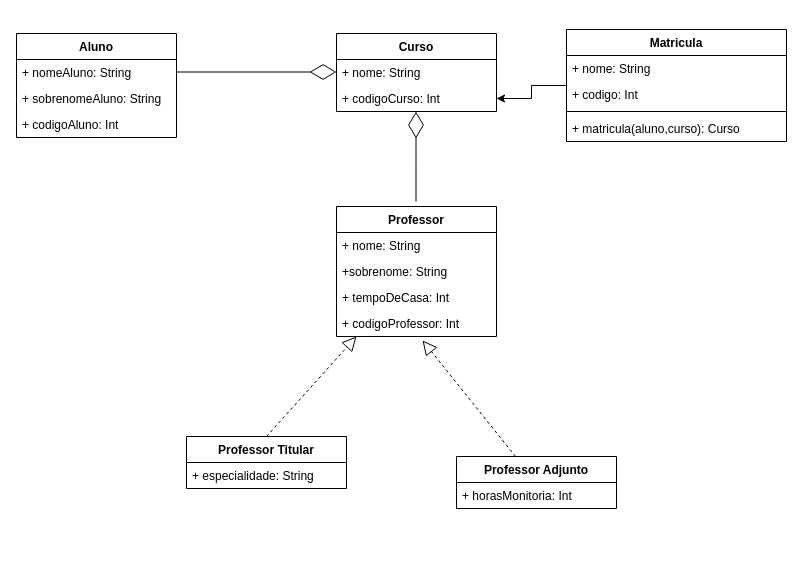
Before: DesafioKotlin.drawio in Chrisvaleriano/desafioDH, a draw.io diagram. Source tidied: cells renumbered, new cells numbered last; positions are measured from the earlier drawing's top-left corner, leaving out a move shared by most shapes. Both pictures are drawn from the tidied source at 100%, with x=0, y=0 at pixel (16, 29).
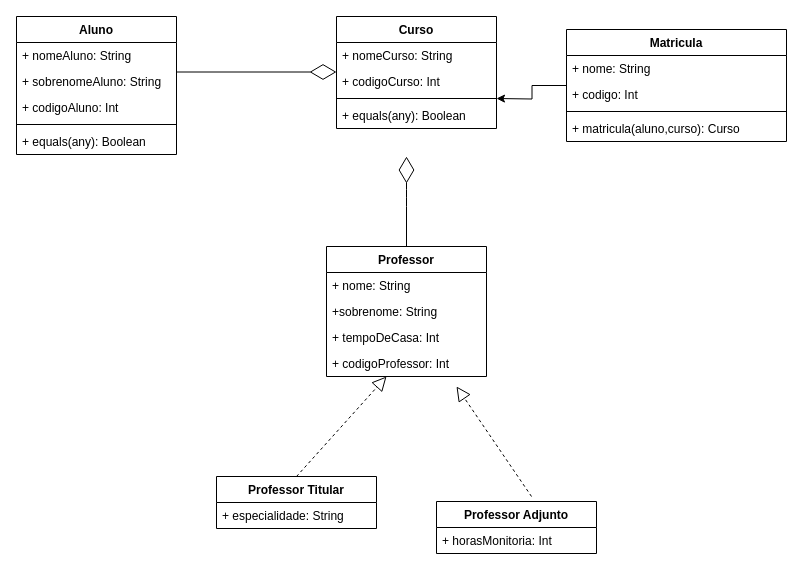
The same page after the edit.

Unchanged cells that the change refers to:
```xml
<mxCell id="13" value="+ codigoProfessor: Int" style="text;strokeColor=none;fillColor=none;align=left;verticalAlign=top;spacingLeft=4;spacingRight=4;overflow=hidden;points=[[0,0.5],[1,0.5]];portConstraint=eastwest;" parent="9" vertex="1">
  <mxGeometry y="104" width="160" height="26" as="geometry" />
</mxCell>
<mxCell id="23" value="Matricula" style="swimlane;fontStyle=1;align=center;verticalAlign=top;horizontal=1;startSize=26;" parent="1" vertex="1">
  <mxGeometry x="550" width="220" height="112" as="geometry" />
</mxCell>
```

What changed in the source:
```diff
@@
-    <mxCell id="2" value="Aluno" style="swimlane;fontStyle=1;align=center;verticalAlign=top;horizontal=1;startSize=26;" parent="1" vertex="1">
-      <mxGeometry y="4" width="160" height="104" as="geometry" />
-    </mxCell>
-    <mxCell id="3" value="+ nomeAluno: String" style="text;strokeColor=none;fillColor=none;align=left;verticalAlign=top;spacingLeft=4;spacingRight=4;overflow=hidden;" parent="2" vertex="1">
-      <mxGeometry y="26" width="160" height="26" as="geometry" />
-    </mxCell>
-    <mxCell id="4" value="+ sobrenomeAluno: String" style="text;strokeColor=none;fillColor=none;align=left;verticalAlign=top;spacingLeft=4;spacingRight=4;overflow=hidden;" parent="2" vertex="1">
-      <mxGeometry y="52" width="160" height="26" as="geometry" />
-    </mxCell>
-    <mxCell id="5" value="+ codigoAluno: Int" style="text;strokeColor=none;fillColor=none;align=left;verticalAlign=top;spacingLeft=4;spacingRight=4;overflow=hidden;" parent="2" vertex="1">
-      <mxGeometry y="78" width="160" height="26" as="geometry" />
-    </mxCell>
-    <mxCell id="6" value="Curso" style="swimlane;fontStyle=1;align=center;verticalAlign=top;horizontal=1;startSize=26;" parent="1" vertex="1">
-      <mxGeometry x="320" y="4" width="160" height="78" as="geometry" />
-    </mxCell>
-    <mxCell id="7" value="+ nome: String" style="text;strokeColor=none;fillColor=none;align=left;verticalAlign=top;spacingLeft=4;spacingRight=4;overflow=hidden;" parent="6" vertex="1">
-      <mxGeometry y="26" width="160" height="26" as="geometry" />
-    </mxCell>
-    <mxCell id="8" value="+ codigoCurso: Int" style="text;strokeColor=none;fillColor=none;align=left;verticalAlign=top;spacingLeft=4;spacingRight=4;overflow=hidden;points=[[0,0.5],[1,0.5]];portConstraint=eastwest;" parent="6" vertex="1">
-      <mxGeometry y="52" width="160" height="26" as="geometry" />
-    </mxCell>
     <mxCell id="9" value="Professor" style="swimlane;fontStyle=1;align=center;verticalAlign=top;horizontal=1;startSize=26;" parent="1" vertex="1">
-      <mxGeometry x="320" y="177" width="160" height="130" as="geometry" />
+      <mxGeometry x="310" y="217" width="160" height="130" as="geometry" />
     </mxCell>
@@
     <mxCell id="15" style="endArrow=diamondThin;endFill=0;endSize=24;html=1;" parent="1" edge="1">
       <mxGeometry relative="1" as="geometry">
-        <mxPoint x="399.5" y="172" as="sourcePoint" />
-        <mxPoint x="399.5" y="82" as="targetPoint" />
+        <mxPoint x="390" y="217" as="sourcePoint" />
+        <mxPoint x="390" y="127" as="targetPoint" />
         <Array as="points">
-          <mxPoint x="399.5" y="122" />
+          <mxPoint x="390" y="167" />
         </Array>
       </mxGeometry>
     </mxCell>
     <mxCell id="16" value="Professor Titular" style="swimlane;fontStyle=1;align=center;verticalAlign=top;horizontal=1;startSize=26;" parent="1" vertex="1">
-      <mxGeometry x="170" y="407" width="160" height="52" as="geometry" />
+      <mxGeometry x="200" y="447" width="160" height="52" as="geometry" />
     </mxCell>
@@
     <mxCell id="18" value="Professor Adjunto" style="swimlane;fontStyle=1;align=center;verticalAlign=top;horizontal=1;startSize=26;" parent="1" vertex="1">
-      <mxGeometry x="440" y="427" width="160" height="52" as="geometry" />
+      <mxGeometry x="420" y="472" width="160" height="52" as="geometry" />
     </mxCell>
@@
     <mxCell id="20" style="endArrow=block;dashed=1;endFill=0;endSize=12;html=1;" parent="1" edge="1">
       <mxGeometry relative="1" as="geometry">
-        <mxPoint x="250" y="407" as="sourcePoint" />
-        <mxPoint x="340" y="307" as="targetPoint" />
+        <mxPoint x="280" y="447" as="sourcePoint" />
+        <mxPoint x="370" y="347" as="targetPoint" />
       </mxGeometry>
     </mxCell>
-    <mxCell id="21" style="endArrow=block;dashed=1;endFill=0;endSize=12;html=1;entryX=0.538;entryY=1.154;entryDx=0;entryDy=0;entryPerimeter=0;" parent="1" edge="1" target="13">
-      <mxGeometry relative="1" as="geometry">
-        <mxPoint x="499" y="427" as="sourcePoint" />
-        <Array as="points">
-          <mxPoint x="499" y="427" />
-        </Array>
-      </mxGeometry>
-    </mxCell>
-    <mxCell id="22" style="edgeStyle=orthogonalEdgeStyle;rounded=0;jettySize=auto;html=1;" parent="1" edge="1" source="23" target="8">
-      <mxGeometry relative="1" as="geometry" />
+    <mxCell id="22" style="edgeStyle=orthogonalEdgeStyle;rounded=0;jettySize=auto;html=1;" parent="1" edge="1" source="23">
+      <mxGeometry relative="1" as="geometry">
+        <mxPoint x="480" y="69" as="targetPoint" />
+      </mxGeometry>
     </mxCell>
@@
+    <mxCell id="2" value="Aluno" style="swimlane;fontStyle=1;align=center;verticalAlign=top;horizontal=1;startSize=26;" parent="1" vertex="1">
+      <mxGeometry y="-13" width="160" height="138" as="geometry" />
+    </mxCell>
+    <mxCell id="3" value="+ nomeAluno: String" style="text;strokeColor=none;fillColor=none;align=left;verticalAlign=top;spacingLeft=4;spacingRight=4;overflow=hidden;" parent="2" vertex="1">
+      <mxGeometry y="26" width="160" height="26" as="geometry" />
+    </mxCell>
+    <mxCell id="4" value="+ sobrenomeAluno: String" style="text;strokeColor=none;fillColor=none;align=left;verticalAlign=top;spacingLeft=4;spacingRight=4;overflow=hidden;" parent="2" vertex="1">
+      <mxGeometry y="52" width="160" height="26" as="geometry" />
+    </mxCell>
+    <mxCell id="5" value="+ codigoAluno: Int" style="text;strokeColor=none;fillColor=none;align=left;verticalAlign=top;spacingLeft=4;spacingRight=4;overflow=hidden;" parent="2" vertex="1">
+      <mxGeometry y="78" width="160" height="26" as="geometry" />
+    </mxCell>
+    <mxCell id="28" style="line;strokeWidth=1;fillColor=none;align=left;verticalAlign=middle;spacingTop=-1;spacingLeft=3;spacingRight=3;labelPosition=right;" parent="2" vertex="1">
+      <mxGeometry y="104" width="160" height="8" as="geometry" />
+    </mxCell>
+    <mxCell id="29" value="+ equals(any): Boolean" style="text;strokeColor=none;fillColor=none;align=left;verticalAlign=top;spacingLeft=4;spacingRight=4;overflow=hidden;" parent="2" vertex="1">
+      <mxGeometry y="112" width="160" height="26" as="geometry" />
+    </mxCell>
+    <mxCell id="6" value="Curso" style="swimlane;fontStyle=1;align=center;verticalAlign=top;horizontal=1;startSize=26;" parent="1" vertex="1">
+      <mxGeometry x="320" y="-13" width="160" height="112" as="geometry" />
+    </mxCell>
+    <mxCell id="30" value="+ nomeCurso: String" style="text;strokeColor=none;fillColor=none;align=left;verticalAlign=top;spacingLeft=4;spacingRight=4;overflow=hidden;" parent="6" vertex="1">
+      <mxGeometry y="26" width="160" height="26" as="geometry" />
+    </mxCell>
+    <mxCell id="8" value="+ codigoCurso: Int" style="text;strokeColor=none;fillColor=none;align=left;verticalAlign=top;spacingLeft=4;spacingRight=4;overflow=hidden;points=[[0,0.5],[1,0.5]];portConstraint=eastwest;" parent="6" vertex="1">
+      <mxGeometry y="52" width="160" height="26" as="geometry" />
+    </mxCell>
+    <mxCell id="31" style="line;strokeWidth=1;fillColor=none;align=left;verticalAlign=middle;spacingTop=-1;spacingLeft=3;spacingRight=3;labelPosition=right;" parent="6" vertex="1">
+      <mxGeometry y="78" width="160" height="8" as="geometry" />
+    </mxCell>
+    <mxCell id="32" value="+ equals(any): Boolean" style="text;strokeColor=none;fillColor=none;align=left;verticalAlign=top;spacingLeft=4;spacingRight=4;overflow=hidden;" parent="6" vertex="1">
+      <mxGeometry y="86" width="160" height="26" as="geometry" />
+    </mxCell>
+    <mxCell id="33" style="endArrow=block;dashed=1;endFill=0;endSize=12;html=1;exitX=0.594;exitY=-0.096;exitDx=0;exitDy=0;exitPerimeter=0;" parent="1" edge="1" source="18">
+      <mxGeometry relative="1" as="geometry">
+        <mxPoint x="440" y="357" as="targetPoint" />
+      </mxGeometry>
+    </mxCell>
```
